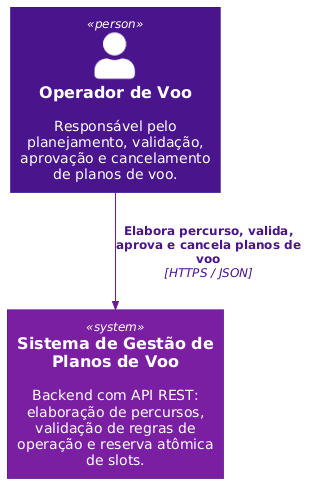
This is docs/c4/nivel1-contexto.png from acpurper/PlanosDeVoo, a PlantUML export, as it was before one commit.
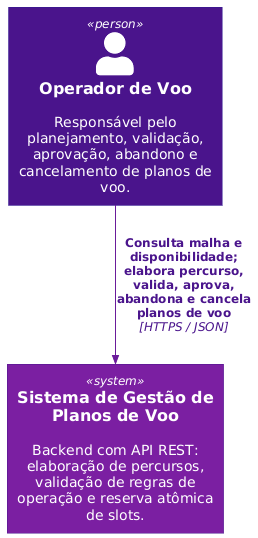
After the change.

Change to the diagram source:
```diff
@@ -5,8 +5,8 @@
 UpdateElementStyle("system", $bgColor="#7B1FA2", $fontColor="#ffffff", $borderColor="#4A148C")
 UpdateRelStyle($lineColor="#6A1B9A", $textColor="#4A148C")
 
-Person(operador, "Operador de Voo", "Responsável pelo planejamento, validação, aprovação e cancelamento de planos de voo.")
+Person(operador, "Operador de Voo", "Responsável pelo planejamento, validação, aprovação, abandono e cancelamento de planos de voo.")
 System(sistemaVoos, "Sistema de Gestão de Planos de Voo", "Backend com API REST: elaboração de percursos, validação de regras de operação e reserva atômica de slots.")
 
-Rel(operador, sistemaVoos, "Elabora percurso, valida, aprova e cancela planos de voo", "HTTPS / JSON")
+Rel(operador, sistemaVoos, "Consulta malha e disponibilidade; elabora percurso, valida, aprova, abandona e cancela planos de voo", "HTTPS / JSON")
 @enduml
```
